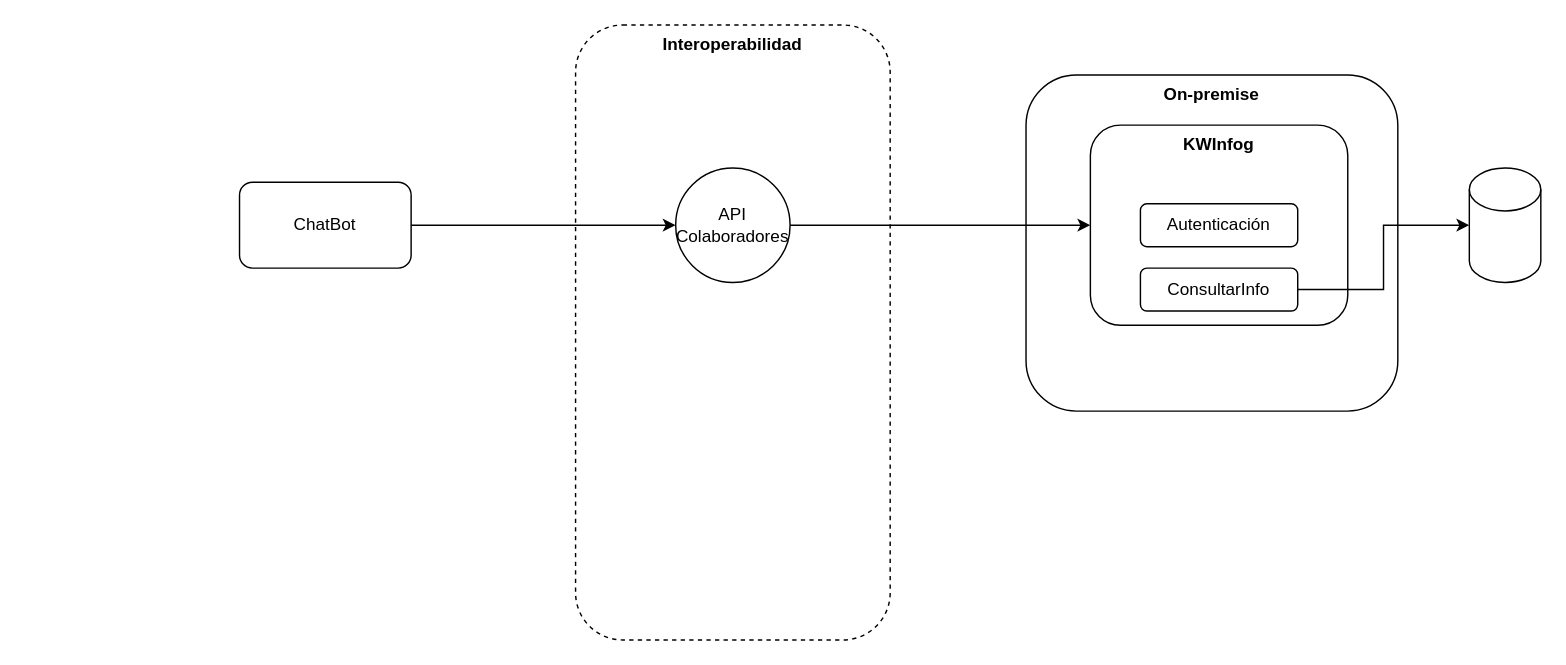
Earlier version of the draw.io diagram page "ASIS" (1 of 2) of Untitled Diagram.drawio (carlosvalderrama1204/diagrams). Source tidied: cells renumbered, new cells numbered last; positions are measured from the earlier drawing's top-left corner, leaving out a move shared by most shapes. Both pictures are drawn from the tidied source at 143%, with x=0, y=0 at pixel (239, 24). Pictures stored in the file or linked from it are replaced by grey dashed boxes.
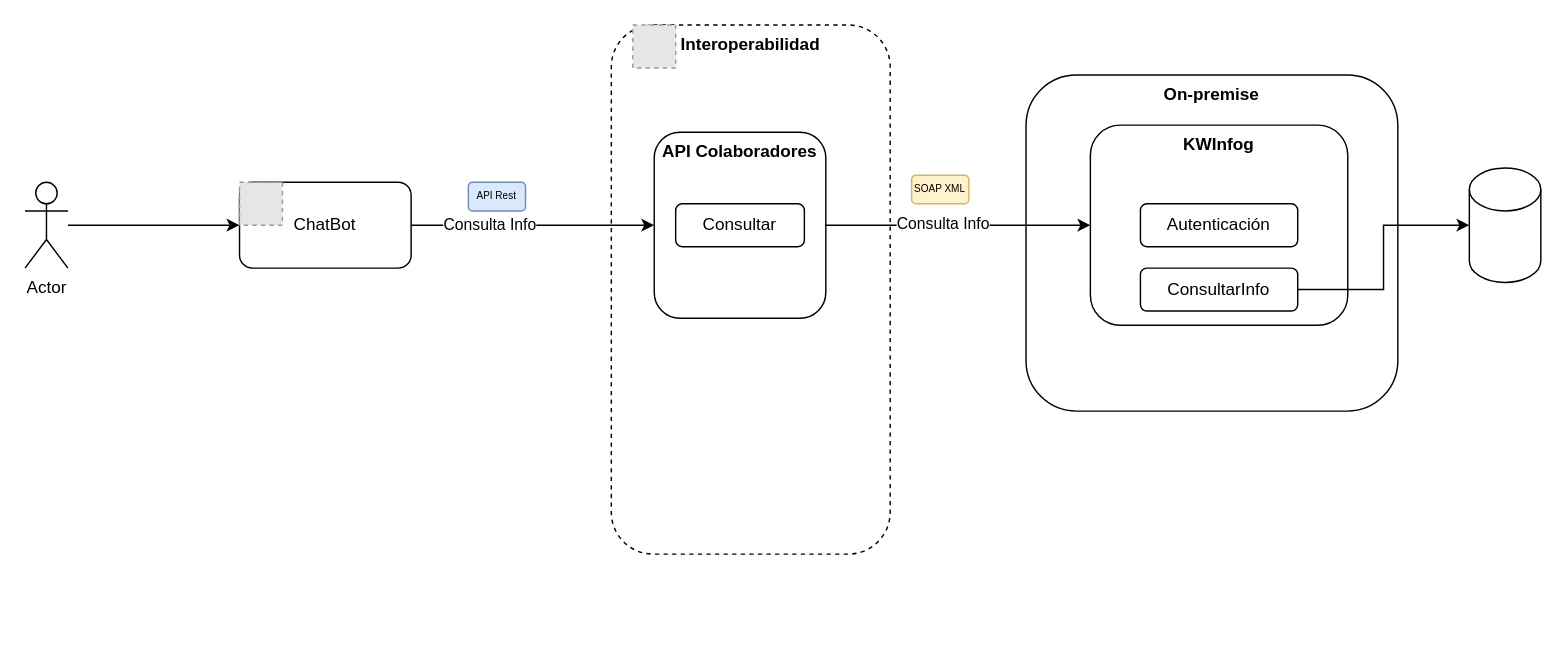
The same diagram, later.

Unchanged cells that the change refers to:
```xml
<mxCell id="2" value="ChatBot" style="rounded=1;whiteSpace=wrap;html=1;" parent="1" vertex="1">
  <mxGeometry y="110" width="120" height="60" as="geometry" />
</mxCell>
<mxCell id="5" style="edgeStyle=orthogonalEdgeStyle;rounded=0;jettySize=auto;html=1;entryX=0;entryY=0.5;entryDx=0;entryDy=0;" parent="1" edge="1" source="2" target="4">
  <mxGeometry relative="1" as="geometry" />
</mxCell>
<mxCell id="7" value="KWInfog" style="rounded=1;whiteSpace=wrap;html=1;verticalAlign=top;fontStyle=1;" parent="1" vertex="1">
  <mxGeometry x="595" y="70" width="180" height="140" as="geometry" />
</mxCell>
```

Change to the diagram source:
```diff
@@
     <mxCell id="3" value="Interoperabilidad" style="rounded=1;whiteSpace=wrap;html=1;dashed=1;verticalAlign=top;fontStyle=1;" parent="1" vertex="1">
-      <mxGeometry x="235" width="220" height="430" as="geometry" />
+      <mxGeometry x="260" width="195" height="370" as="geometry" />
     </mxCell>
-    <mxCell id="4" value="API Colaboradores" style="ellipse;whiteSpace=wrap;html=1;" parent="1" vertex="1">
-      <mxGeometry x="305" y="100" width="80" height="80" as="geometry" />
-    </mxCell>
@@
+    <mxCell id="13" value="Consulta Info" style="edgeLabel;html=1;align=center;verticalAlign=middle;" parent="5" vertex="1">
+      <mxGeometry x="-0.36" y="1" relative="1" as="geometry" />
+    </mxCell>
@@
-    <mxCell id="10" style="edgeStyle=orthogonalEdgeStyle;rounded=0;jettySize=auto;html=1;" parent="1" edge="1" source="4" target="7">
-      <mxGeometry relative="1" as="geometry" />
-    </mxCell>
@@
+    <mxCell id="14" style="edgeStyle=orthogonalEdgeStyle;rounded=0;jettySize=auto;html=1;" parent="1" edge="1" source="15" target="2">
+      <mxGeometry relative="1" as="geometry" />
+    </mxCell>
+    <mxCell id="15" value="Actor" style="shape=umlActor;verticalLabelPosition=bottom;verticalAlign=top;html=1;outlineConnect=0;" parent="1" vertex="1">
+      <mxGeometry x="-150" y="110" width="30" height="60" as="geometry" />
+    </mxCell>
+    <mxCell id="16" style="fillColor=#E6E6E6;strokeColor=#999999;dashed=1;verticalLabelPosition=bottom;labelBackgroundColor=default;verticalAlign=top;" parent="1" vertex="1">
+      <mxGeometry y="110" width="30" height="30" as="geometry" />
+    </mxCell>
+    <mxCell id="17" style="fillColor=#E6E6E6;strokeColor=#999999;dashed=1;verticalLabelPosition=bottom;labelBackgroundColor=default;verticalAlign=top;" parent="1" vertex="1">
+      <mxGeometry x="275" width="30" height="30" as="geometry" />
+    </mxCell>
+    <mxCell id="18" value="API Rest" style="rounded=1;whiteSpace=wrap;html=1;fillColor=#dae8fc;strokeColor=#6c8ebf;fontSize=7;" parent="1" vertex="1">
+      <mxGeometry x="160" y="110" width="40" height="20" as="geometry" />
+    </mxCell>
+    <mxCell id="19" value="SOAP XML" style="rounded=1;whiteSpace=wrap;html=1;fillColor=#fff2cc;strokeColor=#d6b656;fontSize=7;" parent="1" vertex="1">
+      <mxGeometry x="470" y="105" width="40" height="20" as="geometry" />
+    </mxCell>
+    <mxCell id="10" style="edgeStyle=orthogonalEdgeStyle;rounded=0;jettySize=auto;html=1;exitX=1;exitY=0.5;exitDx=0;exitDy=0;" parent="1" edge="1" source="4" target="7">
+      <mxGeometry relative="1" as="geometry" />
+    </mxCell>
+    <mxCell id="20" value="Consulta Info" style="edgeLabel;html=1;align=center;verticalAlign=middle;" parent="10" vertex="1">
+      <mxGeometry x="-0.12" y="2" relative="1" as="geometry" />
+    </mxCell>
+    <mxCell id="4" value="API Colaboradores" style="rounded=1;whiteSpace=wrap;html=1;verticalAlign=top;fontStyle=1;" parent="1" vertex="1">
+      <mxGeometry x="290" y="75" width="120" height="130" as="geometry" />
+    </mxCell>
+    <mxCell id="21" value="Consultar" style="rounded=1;whiteSpace=wrap;html=1;" parent="1" vertex="1">
+      <mxGeometry x="305" y="125" width="90" height="30" as="geometry" />
+    </mxCell>
```
